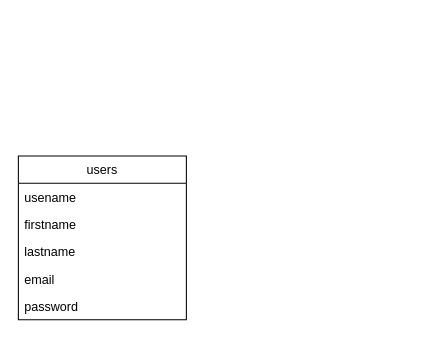
Above: modelisation/MCD.drawio in BPTdev/PRW2-SteamLike (draw.io), before the change. Source tidied: cells renumbered, new cells numbered last; positions are measured from the earlier drawing's top-left corner, leaving out a move shared by most shapes. Both pictures are drawn from the tidied source at 105%, with x=0, y=0 at pixel (18, 155).
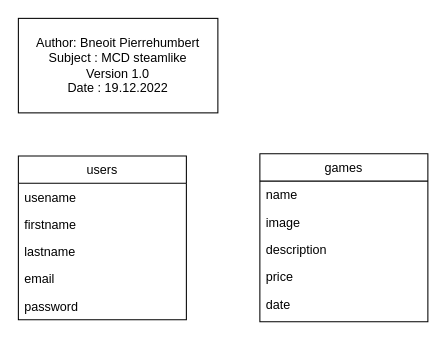
Above is the later version.

Commit message (it also covers changes not shown here):
games model factory seeder

Change to the diagram source:
```diff
@@
 <mxGraphModel>
   <root>
     <mxCell id="0" />
     <mxCell id="1" parent="0" />
     <mxCell id="2" value="users" style="swimlane;fontStyle=0;align=center;verticalAlign=top;horizontal=1;startSize=26;rounded=0;shadow=0;strokeWidth=1;" parent="1" vertex="1">
       <mxGeometry width="160" height="156" as="geometry" />
     </mxCell>
     <mxCell id="3" value="usename" style="text;align=left;verticalAlign=top;spacingLeft=4;spacingRight=4;overflow=hidden;" parent="2" vertex="1">
       <mxGeometry y="26" width="160" height="26" as="geometry" />
     </mxCell>
     <mxCell id="4" value="firstname" style="text;align=left;verticalAlign=top;spacingLeft=4;spacingRight=4;overflow=hidden;rounded=0;shadow=0;html=0;" parent="2" vertex="1">
       <mxGeometry y="52" width="160" height="26" as="geometry" />
     </mxCell>
     <mxCell id="5" value="lastname" style="text;align=left;verticalAlign=top;spacingLeft=4;spacingRight=4;overflow=hidden;rounded=0;shadow=0;html=0;" parent="2" vertex="1">
       <mxGeometry y="78" width="160" height="26" as="geometry" />
     </mxCell>
     <mxCell id="6" value="email" style="text;align=left;verticalAlign=top;spacingLeft=4;spacingRight=4;overflow=hidden;rounded=0;shadow=0;html=0;" parent="2" vertex="1">
       <mxGeometry y="104" width="160" height="26" as="geometry" />
     </mxCell>
     <mxCell id="7" value="password" style="text;align=left;verticalAlign=top;spacingLeft=4;spacingRight=4;overflow=hidden;rounded=0;shadow=0;html=0;" parent="2" vertex="1">
       <mxGeometry y="130" width="160" height="26" as="geometry" />
     </mxCell>
+    <mxCell id="8" value="Author: Bneoit Pierrehumbert&lt;br&gt;Subject : MCD steamlike&lt;br&gt;Version 1.0&lt;br&gt;Date : 19.12.2022" style="rounded=0;whiteSpace=wrap;html=1;" parent="1" vertex="1">
+      <mxGeometry y="-131" width="190" height="90" as="geometry" />
+    </mxCell>
+    <mxCell id="9" value="games" style="swimlane;fontStyle=0;align=center;verticalAlign=top;horizontal=1;startSize=26;rounded=0;shadow=0;strokeWidth=1;" parent="1" vertex="1">
+      <mxGeometry x="230" y="-2" width="160" height="160" as="geometry" />
+    </mxCell>
+    <mxCell id="10" value="name" style="text;align=left;verticalAlign=top;spacingLeft=4;spacingRight=4;overflow=hidden;" parent="9" vertex="1">
+      <mxGeometry y="26" width="160" height="26" as="geometry" />
+    </mxCell>
+    <mxCell id="11" value="image" style="text;align=left;verticalAlign=top;spacingLeft=4;spacingRight=4;overflow=hidden;rounded=0;shadow=0;html=0;" parent="9" vertex="1">
+      <mxGeometry y="52" width="160" height="26" as="geometry" />
+    </mxCell>
+    <mxCell id="12" value="description    " style="text;align=left;verticalAlign=top;spacingLeft=4;spacingRight=4;overflow=hidden;rounded=0;shadow=0;html=0;" parent="9" vertex="1">
+      <mxGeometry y="78" width="160" height="26" as="geometry" />
+    </mxCell>
+    <mxCell id="13" value="price" style="text;align=left;verticalAlign=top;spacingLeft=4;spacingRight=4;overflow=hidden;rounded=0;shadow=0;html=0;" parent="9" vertex="1">
+      <mxGeometry y="104" width="160" height="26" as="geometry" />
+    </mxCell>
+    <mxCell id="14" value="date" style="text;align=left;verticalAlign=top;spacingLeft=4;spacingRight=4;overflow=hidden;rounded=0;shadow=0;html=0;" parent="9" vertex="1">
+      <mxGeometry y="130" width="160" height="30" as="geometry" />
+    </mxCell>
   </root>
 </mxGraphModel>
```
